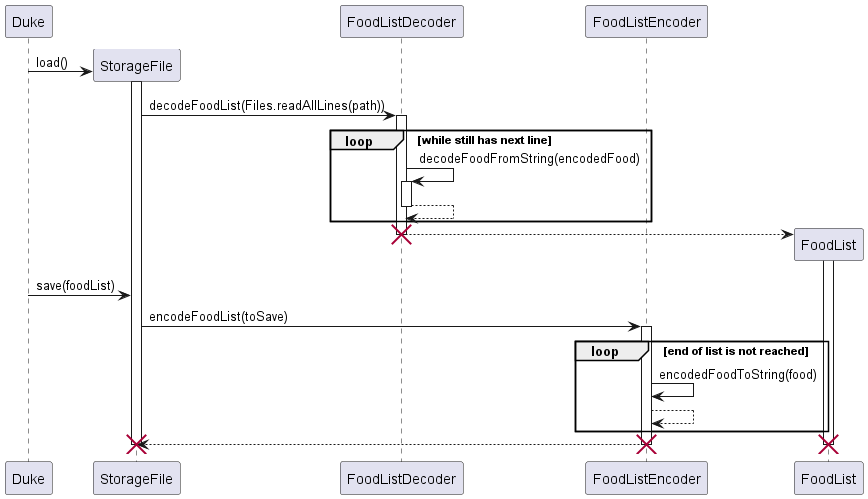
Above: docs/images/StorageSequenceDiagram.png in tsx0314/tp (PlantUML), before the change. Source of this version:
```plantuml
@startuml


participant Duke

create StorageFile as sf
Duke -> sf: load()
activate sf


sf -> FoodListDecoder: decodeFoodList(Files.readAllLines(path))
activate FoodListDecoder

loop while still has next line
FoodListDecoder -> FoodListDecoder: decodeFoodFromString(encodedFood)
activate FoodListDecoder
FoodListDecoder --> FoodListDecoder
deactivate FoodListDecoder
end

participant FoodListEncoder
create FoodList as fl
FoodListDecoder --> fl
deactivate FoodListDecoder
destroy FoodListDecoder
activate fl

Duke -> sf: save(foodList)
sf -> FoodListEncoder: encodeFoodList(toSave)
activate FoodListEncoder
loop end of list is not reached
FoodListEncoder -> FoodListEncoder: encodedFoodToString(food)
FoodListEncoder --> FoodListEncoder
end

FoodListEncoder --> sf
deactivate FoodListEncoder
destroy FoodListEncoder
destroy sf
destroy fl


@enduml
```
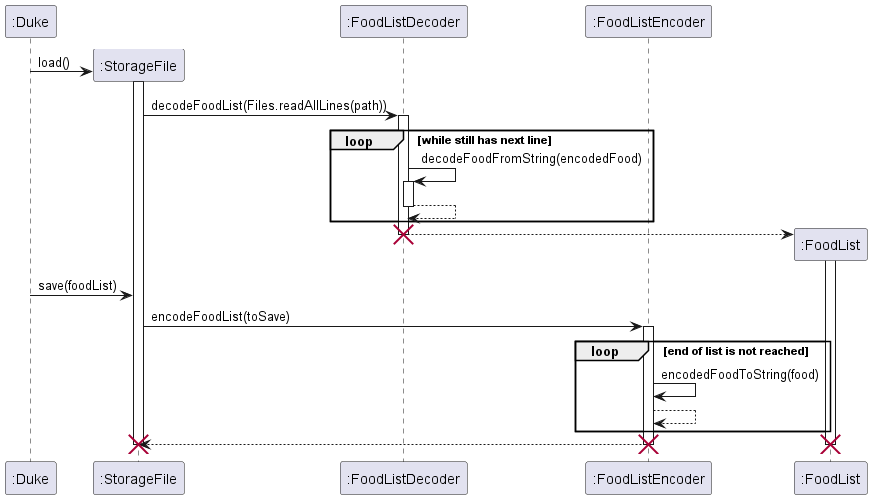
After the commit.

Change to the diagram source:
```diff
@@ -1,41 +1,41 @@
 @startuml
 
 
-participant Duke
+participant ":Duke"
 
-create StorageFile as sf
-Duke -> sf: load()
+create ":StorageFile" as sf
+":Duke" -> sf: load()
 activate sf
 
 
-sf -> FoodListDecoder: decodeFoodList(Files.readAllLines(path))
-activate FoodListDecoder
+sf -> ":FoodListDecoder": decodeFoodList(Files.readAllLines(path))
+activate ":FoodListDecoder"
 
 loop while still has next line
-FoodListDecoder -> FoodListDecoder: decodeFoodFromString(encodedFood)
-activate FoodListDecoder
-FoodListDecoder --> FoodListDecoder
-deactivate FoodListDecoder
+":FoodListDecoder" -> ":FoodListDecoder": decodeFoodFromString(encodedFood)
+activate ":FoodListDecoder"
+":FoodListDecoder" --> ":FoodListDecoder"
+deactivate ":FoodListDecoder"
 end
 
-participant FoodListEncoder
-create FoodList as fl
-FoodListDecoder --> fl
-deactivate FoodListDecoder
-destroy FoodListDecoder
+participant ":FoodListEncoder"
+create ":FoodList" as fl
+":FoodListDecoder" --> fl
+deactivate ":FoodListDecoder"
+destroy ":FoodListDecoder"
 activate fl
 
-Duke -> sf: save(foodList)
-sf -> FoodListEncoder: encodeFoodList(toSave)
-activate FoodListEncoder
+":Duke" -> sf: save(foodList)
+sf -> ":FoodListEncoder": encodeFoodList(toSave)
+activate ":FoodListEncoder"
 loop end of list is not reached
-FoodListEncoder -> FoodListEncoder: encodedFoodToString(food)
-FoodListEncoder --> FoodListEncoder
+":FoodListEncoder" -> ":FoodListEncoder": encodedFoodToString(food)
+":FoodListEncoder" --> ":FoodListEncoder"
 end
 
-FoodListEncoder --> sf
-deactivate FoodListEncoder
-destroy FoodListEncoder
+":FoodListEncoder" --> sf
+deactivate ":FoodListEncoder"
+destroy ":FoodListEncoder"
 destroy sf
 destroy fl
 
```
